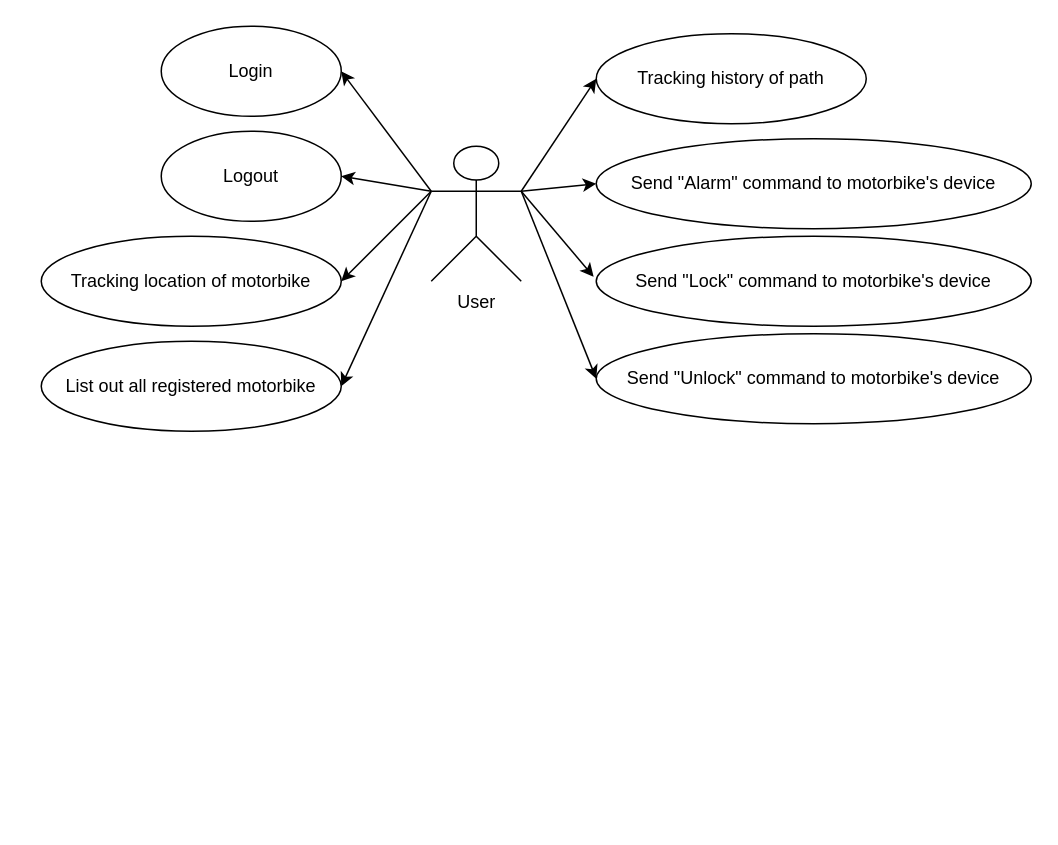
ntxtung/DrawIORepo keeps this draw.io diagram as SPMReport.drawio. Above is the earlier version. Source tidied: cells renumbered, new cells numbered last; positions are measured from the earlier drawing's top-left corner, leaving out a move shared by most shapes. Both pictures are drawn from the tidied source at 150%, with x=0, y=0 at pixel (40, 26).
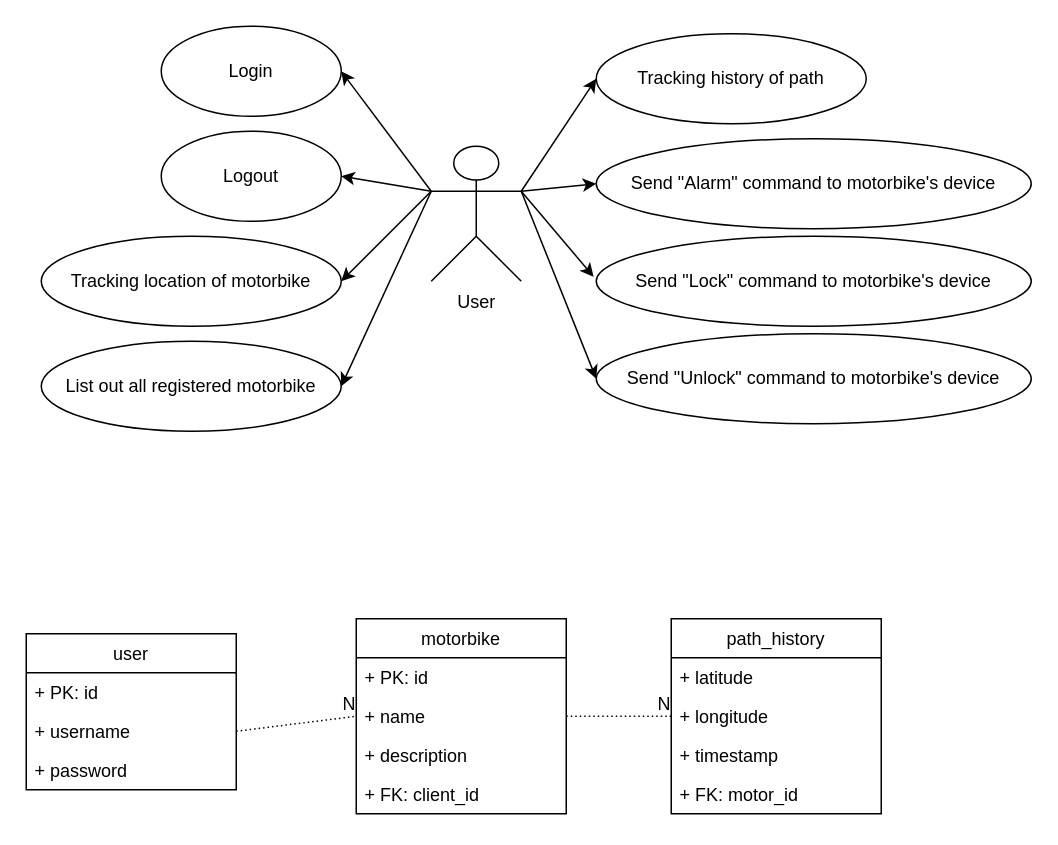
The same page after the edit.

Change to the diagram source:
```diff
@@
+    <mxCell id="19" value="user" style="swimlane;fontStyle=0;horizontal=1;startSize=26;fillColor=none;" parent="1" vertex="1">
+      <mxGeometry x="-10" y="405" width="140" height="104" as="geometry" />
+    </mxCell>
+    <mxCell id="20" value="+ PK: id" style="text;strokeColor=none;fillColor=none;align=left;verticalAlign=top;spacingLeft=4;spacingRight=4;overflow=hidden;" parent="19" vertex="1">
+      <mxGeometry y="26" width="140" height="26" as="geometry" />
+    </mxCell>
+    <mxCell id="21" value="+ username" style="text;strokeColor=none;fillColor=none;align=left;verticalAlign=top;spacingLeft=4;spacingRight=4;overflow=hidden;points=[[0,0.5],[1,0.5]];portConstraint=eastwest;" parent="19" vertex="1">
+      <mxGeometry y="52" width="140" height="26" as="geometry" />
+    </mxCell>
+    <mxCell id="22" value="+ password" style="text;strokeColor=none;fillColor=none;align=left;verticalAlign=top;spacingLeft=4;spacingRight=4;overflow=hidden;" parent="19" vertex="1">
+      <mxGeometry y="78" width="140" height="26" as="geometry" />
+    </mxCell>
+    <mxCell id="23" value="motorbike" style="swimlane;fontStyle=0;horizontal=1;startSize=26;fillColor=none;" parent="1" vertex="1">
+      <mxGeometry x="210" y="395" width="140" height="130" as="geometry" />
+    </mxCell>
+    <mxCell id="24" value="+ PK: id" style="text;strokeColor=none;fillColor=none;align=left;verticalAlign=top;spacingLeft=4;spacingRight=4;overflow=hidden;" parent="23" vertex="1">
+      <mxGeometry y="26" width="140" height="26" as="geometry" />
+    </mxCell>
+    <mxCell id="25" value="+ name" style="text;strokeColor=none;fillColor=none;align=left;verticalAlign=top;spacingLeft=4;spacingRight=4;overflow=hidden;points=[[0,0.5],[1,0.5]];portConstraint=eastwest;" parent="23" vertex="1">
+      <mxGeometry y="52" width="140" height="26" as="geometry" />
+    </mxCell>
+    <mxCell id="26" value="+ description" style="text;strokeColor=none;fillColor=none;align=left;verticalAlign=top;spacingLeft=4;spacingRight=4;overflow=hidden;" parent="23" vertex="1">
+      <mxGeometry y="78" width="140" height="26" as="geometry" />
+    </mxCell>
+    <mxCell id="27" value="+ FK: client_id" style="text;strokeColor=none;fillColor=none;align=left;verticalAlign=top;spacingLeft=4;spacingRight=4;overflow=hidden;" parent="23" vertex="1">
+      <mxGeometry y="104" width="140" height="26" as="geometry" />
+    </mxCell>
+    <mxCell id="28" style="endArrow=none;html=1;rounded=0;dashed=1;dashPattern=1 2;exitX=1;exitY=0.5;exitDx=0;exitDy=0;entryX=0;entryY=0.5;entryDx=0;entryDy=0;" parent="1" edge="1" source="21" target="25">
+      <mxGeometry relative="1" as="geometry" />
+    </mxCell>
+    <mxCell id="29" value="N" style="html=1;align=right;verticalAlign=bottom;" parent="28" vertex="1">
+      <mxGeometry x="1" relative="1" as="geometry" />
+    </mxCell>
+    <mxCell id="30" value="path_history" style="swimlane;fontStyle=0;horizontal=1;startSize=26;fillColor=none;" parent="1" vertex="1">
+      <mxGeometry x="420" y="395" width="140" height="130" as="geometry" />
+    </mxCell>
+    <mxCell id="31" value="+ latitude" style="text;strokeColor=none;fillColor=none;align=left;verticalAlign=top;spacingLeft=4;spacingRight=4;overflow=hidden;" parent="30" vertex="1">
+      <mxGeometry y="26" width="140" height="26" as="geometry" />
+    </mxCell>
+    <mxCell id="32" value="+ longitude" style="text;strokeColor=none;fillColor=none;align=left;verticalAlign=top;spacingLeft=4;spacingRight=4;overflow=hidden;points=[[0,0.5],[1,0.5]];portConstraint=eastwest;" parent="30" vertex="1">
+      <mxGeometry y="52" width="140" height="26" as="geometry" />
+    </mxCell>
+    <mxCell id="33" value="+ timestamp" style="text;strokeColor=none;fillColor=none;align=left;verticalAlign=top;spacingLeft=4;spacingRight=4;overflow=hidden;" parent="30" vertex="1">
+      <mxGeometry y="78" width="140" height="26" as="geometry" />
+    </mxCell>
+    <mxCell id="34" value="+ FK: motor_id" style="text;strokeColor=none;fillColor=none;align=left;verticalAlign=top;spacingLeft=4;spacingRight=4;overflow=hidden;" parent="30" vertex="1">
+      <mxGeometry y="104" width="140" height="26" as="geometry" />
+    </mxCell>
+    <mxCell id="35" style="endArrow=none;html=1;rounded=0;dashed=1;dashPattern=1 2;exitX=1;exitY=0.5;exitDx=0;exitDy=0;entryX=0;entryY=0.5;entryDx=0;entryDy=0;" parent="1" edge="1" source="25" target="32">
+      <mxGeometry relative="1" as="geometry" />
+    </mxCell>
+    <mxCell id="36" value="N" style="html=1;align=right;verticalAlign=bottom;" parent="35" vertex="1">
+      <mxGeometry x="1" relative="1" as="geometry" />
+    </mxCell>
```
